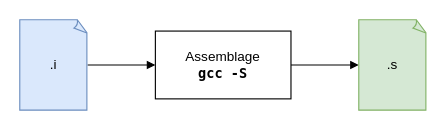
The draw.io diagram docs/assets/images/assembly.drawio in heig-tin-info/handbook, before the edit. Source tidied: cells renumbered, new cells numbered last; positions are measured from the earlier drawing's top-left corner, leaving out a move shared by most shapes. Both pictures are drawn from the tidied source at 113%, with x=0, y=0 at pixel (19, 19).
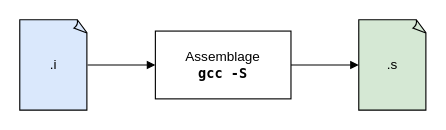
Above is the later version.

Diff of the diagram source:
```diff
@@
 <mxGraphModel>
   <root>
     <mxCell id="0" />
     <mxCell id="1" parent="0" />
     <mxCell id="2" style="vsdxID=60;edgeStyle=none;startArrow=none;endArrow=block;startSize=5;endSize=5;strokeColor=#000000;spacingTop=0;spacingBottom=0;spacingLeft=0;spacingRight=0;verticalAlign=middle;html=1;labelBackgroundColor=#ffffff;rounded=0;" parent="1" edge="1" source="6" target="5">
       <mxGeometry relative="1" as="geometry">
         <mxPoint x="-1" as="offset" />
       </mxGeometry>
     </mxCell>
     <mxCell id="3" style="vsdxID=59;edgeStyle=none;startArrow=none;endArrow=block;startSize=5;endSize=5;strokeColor=#000000;spacingTop=0;spacingBottom=0;spacingLeft=0;spacingRight=0;verticalAlign=middle;html=1;labelBackgroundColor=#ffffff;rounded=0;exitX=1;exitY=0.5;exitDx=0;exitDy=0;exitPerimeter=0;" parent="1" edge="1" source="4" target="6">
       <mxGeometry relative="1" as="geometry">
         <mxPoint x="-1" as="offset" />
       </mxGeometry>
     </mxCell>
-    <mxCell id="4" value=".i" style="whiteSpace=wrap;html=1;shape=mxgraph.basic.document;fillColor=#dae8fc;strokeColor=#6c8ebf;" parent="1" vertex="1">
+    <mxCell id="4" value=".i" style="whiteSpace=wrap;html=1;shape=mxgraph.basic.document;fillColor=#dae8fc;strokeColor=#000000;" parent="1" vertex="1">
       <mxGeometry width="60" height="80" as="geometry" />
     </mxCell>
-    <mxCell id="5" value=".s" style="whiteSpace=wrap;html=1;shape=mxgraph.basic.document;fillColor=#d5e8d4;strokeColor=#82b366;" parent="1" vertex="1">
+    <mxCell id="5" value=".s" style="whiteSpace=wrap;html=1;shape=mxgraph.basic.document;fillColor=#d5e8d4;strokeColor=#000000;" parent="1" vertex="1">
       <mxGeometry x="300" width="60" height="80" as="geometry" />
     </mxCell>
     <mxCell id="6" value="Assemblage&lt;br&gt;&lt;font face=&quot;Lucida Console&quot;&gt;&lt;b&gt;gcc -S&lt;/b&gt;&lt;/font&gt;" style="rounded=0;whiteSpace=wrap;html=1;" parent="1" vertex="1">
       <mxGeometry x="120" y="10" width="120" height="60" as="geometry" />
     </mxCell>
   </root>
 </mxGraphModel>
```
